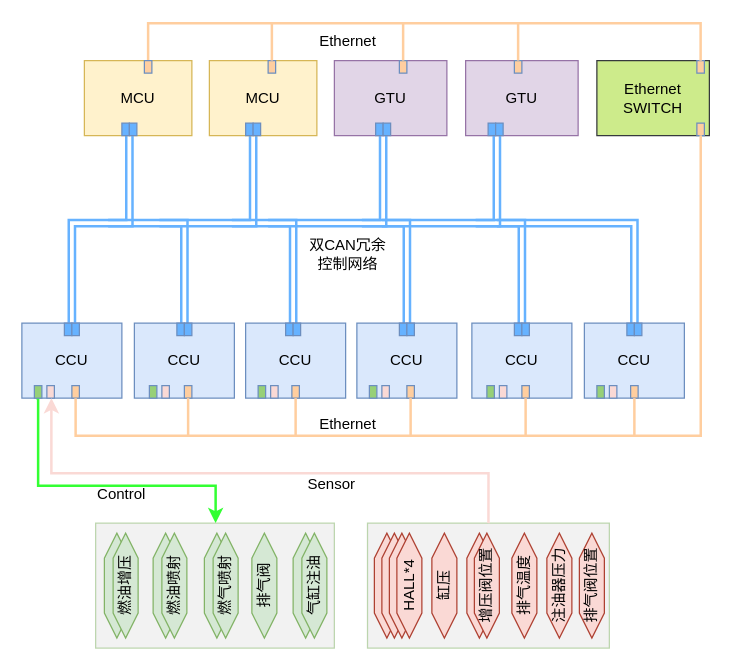
The draw.io diagram 智能控制系统架构.drawio in csroderek/drawio, before the edit. Source tidied: cells renumbered, new cells numbered last; positions are measured from the earlier drawing's top-left corner, leaving out a move shared by most shapes. Both pictures are drawn from the tidied source at 125%, with x=0, y=0 at pixel (21, 22).
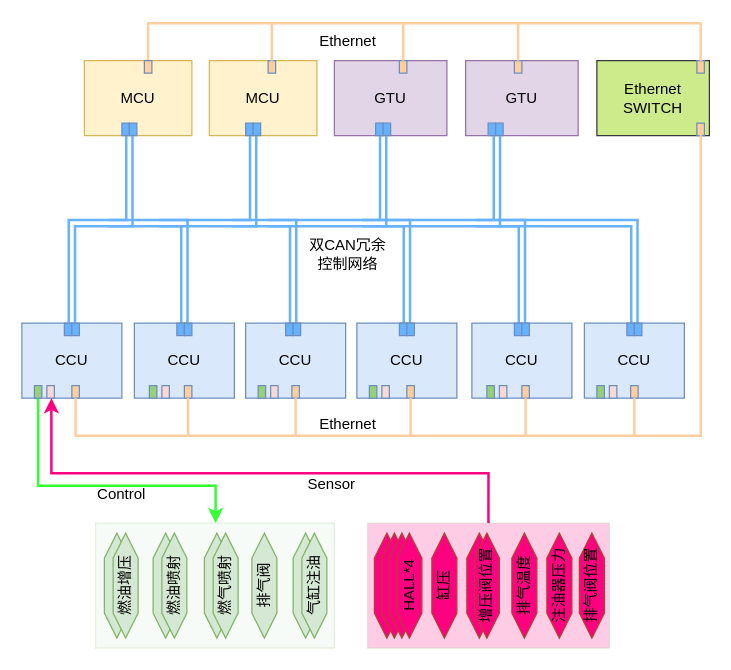
After the change.

Commit message:
更新智能控制系统架构.drawio

Diff of the diagram source:
```diff
@@
-    <mxCell id="2" style="rounded=0;whiteSpace=wrap;html=1;fillColor=#E6E6E6;strokeColor=#82b366;opacity=50;" parent="1" vertex="1">
+    <mxCell id="2" style="rounded=0;whiteSpace=wrap;html=1;fillColor=#ff0080;strokeColor=#82b366;opacity=20;" parent="1" vertex="1">
       <mxGeometry x="276.5" y="400" width="193.5" height="100" as="geometry" />
     </mxCell>
-    <mxCell id="3" style="rounded=0;whiteSpace=wrap;html=1;fillColor=#E6E6E6;strokeColor=#82b366;opacity=50;" parent="1" vertex="1">
+    <mxCell id="3" style="rounded=0;whiteSpace=wrap;html=1;fillColor=#d5e8d4;strokeColor=#82b366;opacity=20;" parent="1" vertex="1">
       <mxGeometry x="59" y="400" width="191" height="100" as="geometry" />
     </mxCell>
@@
-    <mxCell id="20" style="shape=hexagon;perimeter=hexagonPerimeter2;whiteSpace=wrap;html=1;fixedSize=1;rotation=-90;fillColor=#fad9d5;strokeColor=#ae4132;" parent="1" vertex="1">
+    <mxCell id="20" style="shape=hexagon;perimeter=hexagonPerimeter2;whiteSpace=wrap;html=1;fixedSize=1;rotation=-90;fillColor=#FF0080;strokeColor=#ae4132;" parent="1" vertex="1">
       <mxGeometry x="250" y="440" width="84" height="20" as="geometry" />
     </mxCell>
-    <mxCell id="21" style="shape=hexagon;perimeter=hexagonPerimeter2;whiteSpace=wrap;html=1;fixedSize=1;rotation=-90;fillColor=#fad9d5;strokeColor=#ae4132;" parent="1" vertex="1">
+    <mxCell id="21" style="shape=hexagon;perimeter=hexagonPerimeter2;whiteSpace=wrap;html=1;fixedSize=1;rotation=-90;fillColor=#FF0080;strokeColor=#ae4132;" parent="1" vertex="1">
       <mxGeometry x="256" y="440" width="84" height="20" as="geometry" />
     </mxCell>
-    <mxCell id="22" style="shape=hexagon;perimeter=hexagonPerimeter2;whiteSpace=wrap;html=1;fixedSize=1;rotation=-90;fillColor=#fad9d5;strokeColor=#ae4132;" parent="1" vertex="1">
+    <mxCell id="22" style="shape=hexagon;perimeter=hexagonPerimeter2;whiteSpace=wrap;html=1;fixedSize=1;rotation=-90;fillColor=#FF0080;strokeColor=#ae4132;" parent="1" vertex="1">
       <mxGeometry x="262" y="440" width="84" height="20" as="geometry" />
     </mxCell>
-    <mxCell id="23" value="HALL*4" style="shape=hexagon;perimeter=hexagonPerimeter2;whiteSpace=wrap;html=1;fixedSize=1;rotation=-90;fillColor=#fad9d5;strokeColor=#ae4132;" parent="1" vertex="1">
+    <mxCell id="23" value="HALL*4" style="shape=hexagon;perimeter=hexagonPerimeter2;whiteSpace=wrap;html=1;fixedSize=1;rotation=-90;fillColor=#FF0080;strokeColor=#ae4132;" parent="1" vertex="1">
       <mxGeometry x="268" y="440" width="84" height="20" as="geometry" />
     </mxCell>
@@
-    <mxCell id="82" value="缸压" style="shape=hexagon;perimeter=hexagonPerimeter2;whiteSpace=wrap;html=1;fixedSize=1;rotation=-90;fillColor=#fad9d5;strokeColor=#ae4132;" parent="1" vertex="1">
+    <mxCell id="82" value="缸压" style="shape=hexagon;perimeter=hexagonPerimeter2;whiteSpace=wrap;html=1;fixedSize=1;rotation=-90;fillColor=#FF0080;strokeColor=#ae4132;" parent="1" vertex="1">
       <mxGeometry x="296" y="440" width="84" height="20" as="geometry" />
     </mxCell>
-    <mxCell id="83" style="shape=hexagon;perimeter=hexagonPerimeter2;whiteSpace=wrap;html=1;fixedSize=1;rotation=-90;fillColor=#fad9d5;strokeColor=#ae4132;" parent="1" vertex="1">
+    <mxCell id="83" style="shape=hexagon;perimeter=hexagonPerimeter2;whiteSpace=wrap;html=1;fixedSize=1;rotation=-90;fillColor=#FF0080;strokeColor=#ae4132;" parent="1" vertex="1">
       <mxGeometry x="324" y="440" width="84" height="20" as="geometry" />
     </mxCell>
-    <mxCell id="84" value="增压阀位置" style="shape=hexagon;perimeter=hexagonPerimeter2;whiteSpace=wrap;html=1;fixedSize=1;rotation=-90;fillColor=#fad9d5;strokeColor=#ae4132;" parent="1" vertex="1">
+    <mxCell id="84" value="增压阀位置" style="shape=hexagon;perimeter=hexagonPerimeter2;whiteSpace=wrap;html=1;fixedSize=1;rotation=-90;fillColor=#FF0080;strokeColor=#ae4132;" parent="1" vertex="1">
       <mxGeometry x="330" y="440" width="84" height="20" as="geometry" />
     </mxCell>
-    <mxCell id="85" value="排气温度" style="shape=hexagon;perimeter=hexagonPerimeter2;whiteSpace=wrap;html=1;fixedSize=1;rotation=-90;fillColor=#fad9d5;strokeColor=#ae4132;" parent="1" vertex="1">
+    <mxCell id="85" value="排气温度" style="shape=hexagon;perimeter=hexagonPerimeter2;whiteSpace=wrap;html=1;fixedSize=1;rotation=-90;fillColor=#FF0080;strokeColor=#ae4132;" parent="1" vertex="1">
       <mxGeometry x="360" y="440" width="84" height="20" as="geometry" />
     </mxCell>
-    <mxCell id="86" value="注油器压力" style="shape=hexagon;perimeter=hexagonPerimeter2;whiteSpace=wrap;html=1;fixedSize=1;rotation=-90;fillColor=#fad9d5;strokeColor=#ae4132;" parent="1" vertex="1">
+    <mxCell id="86" value="注油器压力" style="shape=hexagon;perimeter=hexagonPerimeter2;whiteSpace=wrap;html=1;fixedSize=1;rotation=-90;fillColor=#FF0080;strokeColor=#ae4132;" parent="1" vertex="1">
       <mxGeometry x="388" y="440" width="84" height="20" as="geometry" />
     </mxCell>
-    <mxCell id="87" value="排气阀位置" style="shape=hexagon;perimeter=hexagonPerimeter2;whiteSpace=wrap;html=1;fixedSize=1;rotation=-90;fillColor=#fad9d5;strokeColor=#ae4132;" parent="1" vertex="1">
+    <mxCell id="87" value="排气阀位置" style="shape=hexagon;perimeter=hexagonPerimeter2;whiteSpace=wrap;html=1;fixedSize=1;rotation=-90;fillColor=#FF0080;strokeColor=#ae4132;" parent="1" vertex="1">
       <mxGeometry x="414" y="440" width="84" height="20" as="geometry" />
     </mxCell>
@@
-    <mxCell id="91" style="edgeStyle=orthogonalEdgeStyle;rounded=0;jettySize=auto;html=1;exitX=0.5;exitY=0;exitDx=0;exitDy=0;entryX=0.429;entryY=0.881;entryDx=0;entryDy=0;entryPerimeter=0;strokeColor=#fad9d5;strokeWidth=2;" parent="1" edge="1" source="2">
+    <mxCell id="91" style="edgeStyle=orthogonalEdgeStyle;rounded=0;jettySize=auto;html=1;exitX=0.5;exitY=0;exitDx=0;exitDy=0;entryX=0.429;entryY=0.881;entryDx=0;entryDy=0;entryPerimeter=0;strokeColor=#ff0080;strokeWidth=2;" parent="1" edge="1" source="2">
       <mxGeometry relative="1" as="geometry">
         <mxPoint x="23.6" y="300" as="targetPoint" />
         <Array as="points">
           <mxPoint x="373" y="400" />
           <mxPoint x="373" y="360" />
           <mxPoint x="24" y="360" />
         </Array>
       </mxGeometry>
     </mxCell>
```
